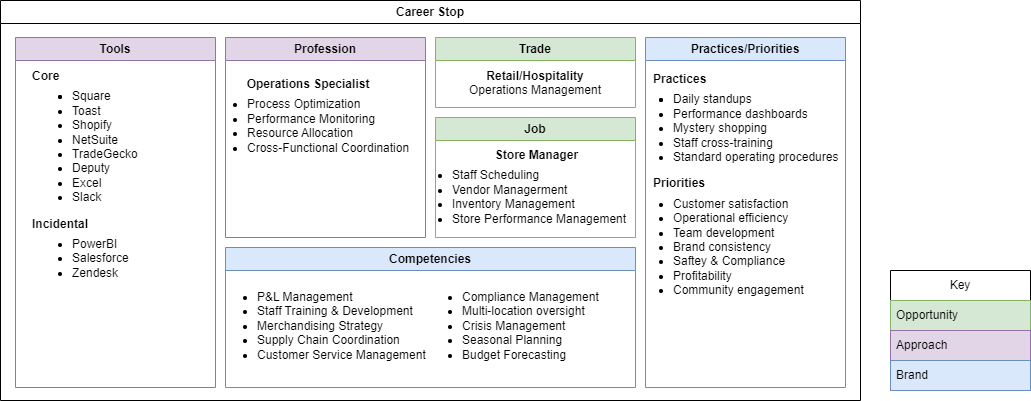
Earlier version of the draw.io export images/careerstop-retail.drawio.png (pgaljan/pgaljan.github.io). Source tidied: cells renumbered, new cells last; positions are measured from the earlier drawing's top-left corner, leaving out a move shared by most shapes. Its diagram source:
```xml
<mxGraphModel>
  <root>
    <mxCell id="0" />
    <mxCell id="1" parent="0" />
    <mxCell id="2" value="Career Stop" style="swimlane;whiteSpace=wrap;html=1;" parent="1" vertex="1">
      <mxGeometry width="860" height="400" as="geometry" />
    </mxCell>
    <mxCell id="3" value="Tools" style="swimlane;whiteSpace=wrap;html=1;fillColor=#e1d5e7;strokeColor=#9673a6;" parent="2" vertex="1">
      <mxGeometry x="15" y="37" width="200" height="350" as="geometry" />
    </mxCell>
    <mxCell id="4" value="&lt;b&gt;Core&lt;/b&gt;&lt;div&gt;&lt;ul style=&quot;margin-top: 6px;&quot;&gt;&lt;li&gt;&lt;li class=&quot;whitespace-normal break-words&quot;&gt;Square&lt;/li&gt;&lt;li class=&quot;whitespace-normal break-words&quot;&gt;Toast&lt;/li&gt;&lt;li class=&quot;whitespace-normal break-words&quot;&gt;Shopify&lt;/li&gt;&lt;li class=&quot;whitespace-normal break-words&quot;&gt;NetSuite&lt;/li&gt;&lt;li class=&quot;whitespace-normal break-words&quot;&gt;TradeGecko&lt;/li&gt;&lt;li class=&quot;whitespace-normal break-words&quot;&gt;&lt;span style=&quot;background-color: initial;&quot;&gt;Deputy&lt;/span&gt;&lt;/li&gt;&lt;li class=&quot;whitespace-normal break-words&quot;&gt;&lt;span style=&quot;background-color: initial;&quot;&gt;Excel&lt;/span&gt;&lt;br&gt;&lt;/li&gt;&lt;li class=&quot;whitespace-normal break-words&quot;&gt;Slack&lt;/li&gt;&lt;/li&gt;&lt;/ul&gt;&lt;div&gt;&lt;b&gt;Incidental&lt;/b&gt;&lt;/div&gt;&lt;/div&gt;&lt;div&gt;&lt;ul style=&quot;margin-top: 6px;&quot;&gt;&lt;li&gt;PowerBI&lt;/li&gt;&lt;li&gt;Salesforce&lt;/li&gt;&lt;li&gt;Zendesk&lt;/li&gt;&lt;/ul&gt;&lt;/div&gt;" style="text;html=1;align=left;verticalAlign=top;whiteSpace=wrap;rounded=0;" parent="3" vertex="1">
      <mxGeometry x="15" y="25" width="170" height="295" as="geometry" />
    </mxCell>
    <mxCell id="5" value="Competencies" style="swimlane;whiteSpace=wrap;html=1;fillColor=#dae8fc;strokeColor=#6c8ebf;" parent="2" vertex="1">
      <mxGeometry x="225" y="247" width="410" height="140" as="geometry" />
    </mxCell>
    <mxCell id="6" value="&lt;div&gt;&lt;ul style=&quot;margin-top: 6px; padding-left: 10px;&quot;&gt;&lt;li&gt;P&amp;amp;L Management&lt;/li&gt;&lt;li&gt;Staff Training &amp;amp; Development&lt;/li&gt;&lt;li&gt;Merchandising Strategy&lt;/li&gt;&lt;li&gt;Supply Chain Coordination&lt;/li&gt;&lt;li&gt;Customer Service Management&lt;/li&gt;&lt;/ul&gt;&lt;/div&gt;" style="text;html=1;align=left;verticalAlign=top;whiteSpace=wrap;rounded=0;" parent="5" vertex="1">
      <mxGeometry x="20" y="30" width="190" height="100" as="geometry" />
    </mxCell>
    <mxCell id="7" value="&lt;div&gt;&lt;ul style=&quot;margin-top: 6px; padding-left: 10px;&quot;&gt;&lt;li&gt;Compliance Management&lt;/li&gt;&lt;li&gt;Multi-location oversight&lt;/li&gt;&lt;li&gt;Crisis Management&lt;/li&gt;&lt;li&gt;Seasonal Planning&lt;/li&gt;&lt;li&gt;Budget Forecasting&lt;/li&gt;&lt;/ul&gt;&lt;/div&gt;" style="text;html=1;align=left;verticalAlign=top;whiteSpace=wrap;rounded=0;" parent="5" vertex="1">
      <mxGeometry x="225" y="30" width="160" height="100" as="geometry" />
    </mxCell>
    <mxCell id="8" value="Practices/Priorities" style="swimlane;whiteSpace=wrap;html=1;fillColor=#dae8fc;strokeColor=#6c8ebf;" parent="2" vertex="1">
      <mxGeometry x="645" y="37" width="200" height="350" as="geometry" />
    </mxCell>
    <mxCell id="9" value="&lt;b&gt;Practices&lt;/b&gt;&lt;div&gt;&lt;ul style=&quot;margin-top: 6px; padding-left: 20px;&quot;&gt;&lt;li&gt;&lt;li class=&quot;whitespace-normal break-words&quot;&gt;Daily standups&lt;/li&gt;&lt;li class=&quot;whitespace-normal break-words&quot;&gt;Performance dashboards&lt;/li&gt;&lt;li class=&quot;whitespace-normal break-words&quot;&gt;Mystery shopping&lt;/li&gt;&lt;li class=&quot;whitespace-normal break-words&quot;&gt;Staff cross-training&lt;/li&gt;&lt;li class=&quot;whitespace-normal break-words&quot;&gt;Standard operating procedures&lt;/li&gt;&lt;/li&gt;&lt;/ul&gt;&lt;div&gt;&lt;b&gt;Priorities&lt;/b&gt;&lt;/div&gt;&lt;/div&gt;&lt;div&gt;&lt;ul style=&quot;margin-top: 6px; padding-left: 20px;&quot;&gt;&lt;li&gt;Customer satisfaction&lt;/li&gt;&lt;li&gt;Operational efficiency&lt;/li&gt;&lt;li&gt;Team development&lt;/li&gt;&lt;li&gt;Brand consistency&lt;/li&gt;&lt;li&gt;Saftey &amp;amp; Compliance&lt;/li&gt;&lt;li&gt;Profitability&lt;/li&gt;&lt;li&gt;Community engagement&lt;/li&gt;&lt;/ul&gt;&lt;/div&gt;" style="text;html=1;align=left;verticalAlign=top;whiteSpace=wrap;rounded=0;" parent="8" vertex="1">
      <mxGeometry x="6" y="27.5" width="190" height="242.5" as="geometry" />
    </mxCell>
    <mxCell id="10" value="Profession" style="swimlane;whiteSpace=wrap;html=1;fillColor=#e1d5e7;strokeColor=#9673a6;" parent="2" vertex="1">
      <mxGeometry x="225" y="37" width="200" height="200" as="geometry" />
    </mxCell>
    <mxCell id="11" value="&lt;div style=&quot;text-align: center;&quot;&gt;&lt;span style=&quot;background-color: initial;&quot;&gt;&lt;b&gt;Operations Specialist&lt;/b&gt;&lt;/span&gt;&lt;/div&gt;&lt;div&gt;&lt;ul style=&quot;margin-top: 6px;&quot;&gt;&lt;li&gt;Process Optimization&lt;/li&gt;&lt;li&gt;Performance Monitoring&lt;/li&gt;&lt;li&gt;Resource Allocation&lt;/li&gt;&lt;li&gt;Cross-Functional Coordination&lt;/li&gt;&lt;/ul&gt;&lt;/div&gt;" style="text;html=1;align=left;verticalAlign=top;whiteSpace=wrap;rounded=0;" parent="10" vertex="1">
      <mxGeometry x="-20" y="32.5" width="220" height="135" as="geometry" />
    </mxCell>
    <mxCell id="12" value="Trade" style="swimlane;whiteSpace=wrap;html=1;fillColor=#d5e8d4;strokeColor=#82b366;" parent="2" vertex="1">
      <mxGeometry x="435" y="37" width="200" height="70" as="geometry" />
    </mxCell>
    <mxCell id="13" value="&lt;b&gt;Retail/Hospitality&lt;/b&gt;&lt;div&gt;Operations Management&lt;/div&gt;" style="text;html=1;align=center;verticalAlign=top;whiteSpace=wrap;rounded=0;" parent="12" vertex="1">
      <mxGeometry x="15" y="25" width="170" height="50" as="geometry" />
    </mxCell>
    <mxCell id="14" value="Job" style="swimlane;whiteSpace=wrap;html=1;fillColor=#d5e8d4;strokeColor=#82b366;" parent="2" vertex="1">
      <mxGeometry x="435" y="117" width="200" height="120" as="geometry" />
    </mxCell>
    <mxCell id="15" value="&lt;div style=&quot;text-align: center;&quot;&gt;&lt;span style=&quot;background-color: initial;&quot;&gt;&lt;b&gt;Store Manager&lt;/b&gt;&lt;/span&gt;&lt;/div&gt;&lt;div&gt;&lt;ul style=&quot;margin-top: 6px; padding-left: 5px;&quot;&gt;&lt;li&gt;&lt;span style=&quot;background-color: initial;&quot;&gt;Staff Scheduling&lt;/span&gt;&lt;/li&gt;&lt;li&gt;&lt;span style=&quot;background-color: initial;&quot;&gt;Vendor Managerment&lt;/span&gt;&lt;/li&gt;&lt;li&gt;&lt;span style=&quot;background-color: initial;&quot;&gt;Inventory Management&lt;/span&gt;&lt;/li&gt;&lt;li&gt;Store Performance Management&lt;/li&gt;&lt;/ul&gt;&lt;/div&gt;" style="text;html=1;align=left;verticalAlign=top;whiteSpace=wrap;rounded=0;" parent="14" vertex="1">
      <mxGeometry x="10" y="24" width="190" height="91" as="geometry" />
    </mxCell>
    <mxCell id="16" value="Key" style="swimlane;fontStyle=0;horizontal=1;startSize=30;whiteSpace=wrap;html=1;" parent="1" vertex="1">
      <mxGeometry x="890" y="270" width="140" height="120" as="geometry" />
    </mxCell>
    <mxCell id="17" value="Opportunity" style="text;strokeColor=#82b366;fillColor=#d5e8d4;align=left;verticalAlign=middle;spacingLeft=4;spacingRight=4;overflow=hidden;whiteSpace=wrap;html=1;" parent="16" vertex="1">
      <mxGeometry y="30" width="140" height="30" as="geometry" />
    </mxCell>
    <mxCell id="18" value="Approach" style="text;strokeColor=#9673a6;fillColor=#e1d5e7;align=left;verticalAlign=middle;spacingLeft=4;spacingRight=4;overflow=hidden;whiteSpace=wrap;html=1;" parent="16" vertex="1">
      <mxGeometry y="60" width="140" height="30" as="geometry" />
    </mxCell>
    <mxCell id="19" value="Brand" style="text;strokeColor=#6c8ebf;fillColor=#dae8fc;align=left;verticalAlign=middle;spacingLeft=4;spacingRight=4;overflow=hidden;whiteSpace=wrap;html=1;" parent="16" vertex="1">
      <mxGeometry y="90" width="140" height="30" as="geometry" />
    </mxCell>
  </root>
</mxGraphModel>
```
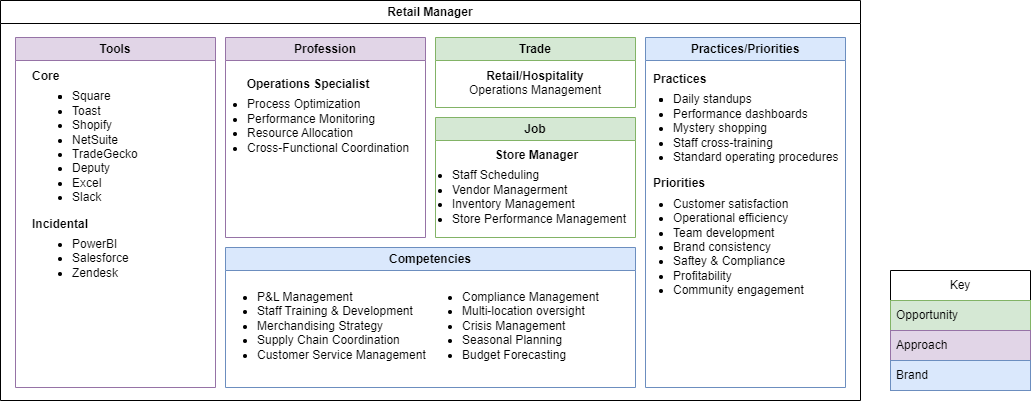
Above is the later version.

Commit message:
career examples

The edit, as a diff of the source:
```diff
@@ -2,7 +2,7 @@
   <root>
     <mxCell id="0" />
     <mxCell id="1" parent="0" />
-    <mxCell id="2" value="Career Stop" style="swimlane;whiteSpace=wrap;html=1;" parent="1" vertex="1">
+    <mxCell id="2" value="Retail Manager" style="swimlane;whiteSpace=wrap;html=1;" parent="1" vertex="1">
       <mxGeometry width="860" height="400" as="geometry" />
     </mxCell>
     <mxCell id="3" value="Tools" style="swimlane;whiteSpace=wrap;html=1;fillColor=#e1d5e7;strokeColor=#9673a6;" parent="2" vertex="1">
```
